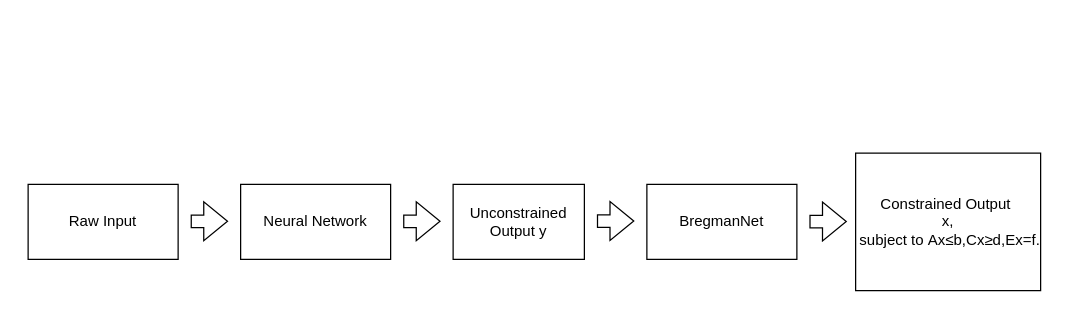
Earlier version of the draw.io diagram 未命名绘图.drawio (glimmer2004/2023IAI_Connect-4). Source tidied: cells renumbered, new cells numbered last; positions are measured from the earlier drawing's top-left corner, leaving out a move shared by most shapes. Both pictures are drawn from the tidied source at 125%, with x=0, y=0 at pixel (28, 152).
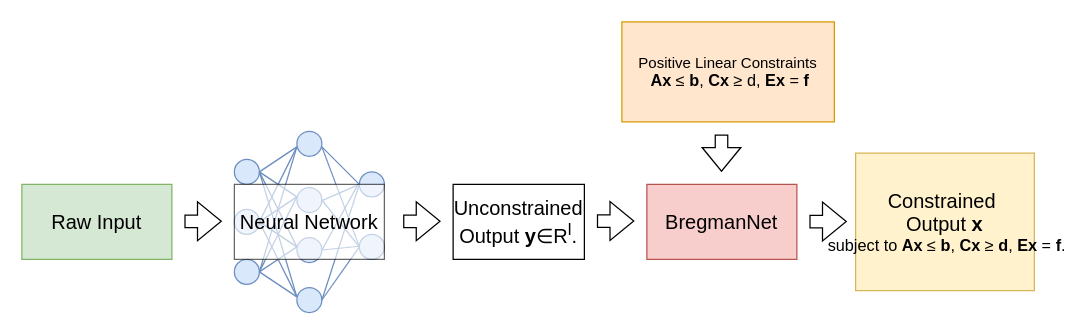
The same diagram, later.

The edit, as a diff of the source:
```diff
@@
-    <mxCell id="2" value="Raw Input" style="rounded=0;whiteSpace=wrap;html=1;" parent="1" vertex="1">
-      <mxGeometry y="25" width="120" height="60" as="geometry" />
+    <mxCell id="2" value="&lt;font style=&quot;font-size: 16px;&quot;&gt;Raw Input&lt;/font&gt;" style="rounded=0;whiteSpace=wrap;html=1;fillColor=#d5e8d4;strokeColor=#82b366;" parent="1" vertex="1">
+      <mxGeometry x="-5" y="25" width="120" height="60" as="geometry" />
     </mxCell>
     <mxCell id="3" style="shape=flexArrow;endArrow=classic;html=1;rounded=0;" parent="1" edge="1">
       <mxGeometry relative="1" as="geometry">
-        <mxPoint x="130" y="54.5" as="sourcePoint" />
-        <mxPoint x="160" y="54.5" as="targetPoint" />
+        <mxPoint x="125" y="54.5" as="sourcePoint" />
+        <mxPoint x="155" y="54.5" as="targetPoint" />
       </mxGeometry>
     </mxCell>
-    <mxCell id="4" value="Neural Network" style="rounded=0;whiteSpace=wrap;html=1;" parent="1" vertex="1">
-      <mxGeometry x="170" y="25" width="120" height="60" as="geometry" />
-    </mxCell>
@@
-    <mxCell id="7" value="Unconstrained Output y" style="rounded=0;whiteSpace=wrap;html=1;" parent="1" vertex="1">
+    <mxCell id="7" value="&lt;font style=&quot;font-size: 16px;&quot;&gt;Unconstrained Outpu&lt;/font&gt;&lt;font style=&quot;font-size: 16px;&quot;&gt;&lt;font style=&quot;font-size: 16px;&quot;&gt;t &lt;b&gt;y&lt;/b&gt;&lt;/font&gt;&lt;span class=&quot;base&quot;&gt;&lt;span class=&quot;mrel&quot;&gt;∈&lt;/span&gt;&lt;span class=&quot;mspace&quot;&gt;&lt;/span&gt;&lt;/span&gt;&lt;span class=&quot;base&quot;&gt;&lt;span class=&quot;strut&quot;&gt;&lt;/span&gt;&lt;span class=&quot;mord&quot;&gt;&lt;span class=&quot;mord mathbb&quot;&gt;R&lt;sup&gt;l&lt;/sup&gt;&lt;/span&gt;&lt;/span&gt;&lt;span class=&quot;mord&quot;&gt;.&lt;/span&gt;&lt;/span&gt;&lt;/font&gt;" style="rounded=0;whiteSpace=wrap;html=1;" parent="1" vertex="1">
       <mxGeometry x="340" y="25" width="105" height="60" as="geometry" />
     </mxCell>
-    <mxCell id="8" value="BregmanNet" style="rounded=0;whiteSpace=wrap;html=1;" parent="1" vertex="1">
+    <mxCell id="8" value="&lt;font style=&quot;font-size: 16px;&quot;&gt;BregmanNet&lt;/font&gt;" style="rounded=0;whiteSpace=wrap;html=1;fillColor=#f8cecc;strokeColor=#b85450;" parent="1" vertex="1">
       <mxGeometry x="495" y="25" width="120" height="60" as="geometry" />
     </mxCell>
@@
-    <mxCell id="10" value="&lt;span class=&quot;base&quot;&gt;&lt;span class=&quot;mord text&quot;&gt;&lt;span class=&quot;mord&quot;&gt;Constrained&amp;nbsp;Output&amp;nbsp;&lt;/span&gt;&lt;/span&gt;&lt;/span&gt;&lt;div&gt;&lt;span class=&quot;base&quot;&gt;&lt;span class=&quot;mpunct&quot;&gt;x,&lt;/span&gt;&lt;/span&gt;&lt;div&gt;&lt;span class=&quot;base&quot;&gt;&lt;span class=&quot;mspace&quot;&gt;&lt;/span&gt;&lt;span class=&quot;mord text&quot;&gt;&lt;span class=&quot;mord&quot;&gt;&amp;nbsp;subject&amp;nbsp;to&amp;nbsp;&lt;/span&gt;&lt;/span&gt;&lt;span class=&quot;mspace&quot;&gt;&lt;/span&gt;&lt;span class=&quot;mord&quot;&gt;&lt;span class=&quot;mtable&quot;&gt;&lt;span class=&quot;col-align-r&quot;&gt;&lt;span class=&quot;vlist-t vlist-t2&quot;&gt;&lt;span class=&quot;vlist-r&quot;&gt;&lt;span class=&quot;vlist&quot;&gt;&lt;span class=&quot;pstrut&quot;&gt;&lt;/span&gt;&lt;span class=&quot;mord&quot;&gt;&lt;/span&gt;&lt;span class=&quot;pstrut&quot;&gt;&lt;/span&gt;&lt;span class=&quot;mord&quot;&gt;&lt;/span&gt;&lt;span class=&quot;pstrut&quot;&gt;&lt;/span&gt;&lt;span class=&quot;mord&quot;&gt;&lt;/span&gt;&lt;/span&gt;&lt;span class=&quot;vlist-s&quot;&gt;&lt;/span&gt;&lt;/span&gt;&lt;span class=&quot;vlist-r&quot;&gt;&lt;span class=&quot;vlist&quot;&gt;&lt;/span&gt;&lt;/span&gt;&lt;/span&gt;&lt;/span&gt;&lt;span class=&quot;col-align-l&quot;&gt;&lt;span class=&quot;vlist-t vlist-t2&quot;&gt;&lt;span class=&quot;vlist-r&quot;&gt;&lt;span class=&quot;vlist&quot;&gt;&lt;span class=&quot;pstrut&quot;&gt;&lt;/span&gt;&lt;span class=&quot;mord&quot;&gt;&lt;span class=&quot;mord&quot;&gt;&lt;/span&gt;&lt;span class=&quot;mord mathnormal&quot;&gt;A&lt;/span&gt;&lt;span class=&quot;mord mathnormal&quot;&gt;x&lt;/span&gt;&lt;span class=&quot;mspace&quot;&gt;&lt;/span&gt;&lt;span class=&quot;mrel&quot;&gt;≤&lt;/span&gt;&lt;span class=&quot;mspace&quot;&gt;&lt;/span&gt;&lt;span class=&quot;mord mathnormal&quot;&gt;b&lt;/span&gt;&lt;span class=&quot;mpunct&quot;&gt;,&lt;/span&gt;&lt;/span&gt;&lt;span class=&quot;pstrut&quot;&gt;&lt;/span&gt;&lt;span class=&quot;mord&quot;&gt;&lt;span class=&quot;mord&quot;&gt;&lt;/span&gt;&lt;span class=&quot;mord mathnormal&quot;&gt;C&lt;/span&gt;&lt;span class=&quot;mord mathnormal&quot;&gt;x&lt;/span&gt;&lt;span class=&quot;mspace&quot;&gt;&lt;/span&gt;&lt;span class=&quot;mrel&quot;&gt;≥&lt;/span&gt;&lt;span class=&quot;mspace&quot;&gt;&lt;/span&gt;&lt;span class=&quot;mord mathnormal&quot;&gt;d&lt;/span&gt;&lt;span class=&quot;mpunct&quot;&gt;,&lt;/span&gt;&lt;/span&gt;&lt;span class=&quot;pstrut&quot;&gt;&lt;/span&gt;&lt;span class=&quot;mord&quot;&gt;&lt;span class=&quot;mord&quot;&gt;&lt;/span&gt;&lt;span class=&quot;mord mathnormal&quot;&gt;E&lt;/span&gt;&lt;span class=&quot;mord mathnormal&quot;&gt;x&lt;/span&gt;&lt;span class=&quot;mspace&quot;&gt;&lt;/span&gt;&lt;span class=&quot;mrel&quot;&gt;=&lt;/span&gt;&lt;span class=&quot;mspace&quot;&gt;&lt;/span&gt;&lt;span class=&quot;mord mathnormal&quot;&gt;f&lt;/span&gt;&lt;span class=&quot;mord&quot;&gt;.&lt;/span&gt;&lt;/span&gt;&lt;/span&gt;&lt;span class=&quot;vlist-s&quot;&gt;&lt;/span&gt;&lt;/span&gt;&lt;span class=&quot;vlist-r&quot;&gt;&lt;span class=&quot;vlist&quot;&gt;&lt;/span&gt;&lt;/span&gt;&lt;/span&gt;&lt;/span&gt;&lt;/span&gt;&lt;/span&gt;&lt;/span&gt;&lt;/div&gt;&lt;/div&gt;" style="rounded=0;whiteSpace=wrap;html=1;" parent="1" vertex="1">
-      <mxGeometry x="662" width="148" height="110" as="geometry" />
+    <mxCell id="10" value="&lt;span style=&quot;font-size: 16px;&quot; class=&quot;base&quot;&gt;&lt;span style=&quot;&quot; class=&quot;mord text&quot;&gt;&lt;span style=&quot;&quot; class=&quot;mord&quot;&gt;&lt;font style=&quot;font-size: 16px;&quot;&gt;Constrained&amp;nbsp;&lt;/font&gt;&lt;/span&gt;&lt;/span&gt;&lt;/span&gt;&lt;div style=&quot;font-size: 16px;&quot;&gt;&lt;font style=&quot;font-size: 16px;&quot;&gt;&lt;span style=&quot;&quot; class=&quot;base&quot;&gt;&lt;span class=&quot;mord text&quot;&gt;&lt;span class=&quot;mord&quot;&gt;Output&amp;nbsp;&lt;/span&gt;&lt;/span&gt;&lt;/span&gt;&lt;span style=&quot;background-color: initial;&quot;&gt;&lt;b&gt;x&lt;/b&gt;&lt;/span&gt;&lt;/font&gt;&lt;div style=&quot;font-size: 13px;&quot;&gt;&lt;div&gt;&lt;span class=&quot;base&quot;&gt;&lt;span class=&quot;mspace&quot;&gt;&lt;/span&gt;&lt;span class=&quot;mord text&quot;&gt;&lt;span class=&quot;mord&quot;&gt;&amp;nbsp;subject&amp;nbsp;to&amp;nbsp;&lt;/span&gt;&lt;/span&gt;&lt;span class=&quot;mspace&quot;&gt;&lt;/span&gt;&lt;span class=&quot;mord&quot;&gt;&lt;span class=&quot;mtable&quot;&gt;&lt;span class=&quot;col-align-r&quot;&gt;&lt;span class=&quot;vlist-t vlist-t2&quot;&gt;&lt;span class=&quot;vlist-r&quot;&gt;&lt;span class=&quot;vlist&quot;&gt;&lt;span class=&quot;pstrut&quot;&gt;&lt;/span&gt;&lt;span class=&quot;mord&quot;&gt;&lt;/span&gt;&lt;span class=&quot;pstrut&quot;&gt;&lt;/span&gt;&lt;span class=&quot;mord&quot;&gt;&lt;/span&gt;&lt;span class=&quot;pstrut&quot;&gt;&lt;/span&gt;&lt;span class=&quot;mord&quot;&gt;&lt;/span&gt;&lt;/span&gt;&lt;span class=&quot;vlist-s&quot;&gt;&lt;/span&gt;&lt;/span&gt;&lt;span class=&quot;vlist-r&quot;&gt;&lt;span class=&quot;vlist&quot;&gt;&lt;/span&gt;&lt;/span&gt;&lt;/span&gt;&lt;/span&gt;&lt;span class=&quot;col-align-l&quot;&gt;&lt;span class=&quot;vlist-t vlist-t2&quot;&gt;&lt;span class=&quot;vlist-r&quot;&gt;&lt;span class=&quot;vlist&quot;&gt;&lt;span class=&quot;pstrut&quot;&gt;&lt;/span&gt;&lt;span class=&quot;mord&quot;&gt;&lt;span class=&quot;mord&quot;&gt;&lt;/span&gt;&lt;span class=&quot;mord mathnormal&quot;&gt;&lt;b&gt;A&lt;/b&gt;&lt;/span&gt;&lt;span class=&quot;mord mathnormal&quot;&gt;&lt;b&gt;x&lt;/b&gt;&amp;nbsp;&lt;/span&gt;&lt;span class=&quot;mspace&quot;&gt;&lt;/span&gt;&lt;span class=&quot;mrel&quot;&gt;≤&amp;nbsp;&lt;/span&gt;&lt;span class=&quot;mspace&quot;&gt;&lt;/span&gt;&lt;span class=&quot;mord mathnormal&quot;&gt;&lt;b&gt;b&lt;/b&gt;&lt;/span&gt;&lt;span class=&quot;mpunct&quot;&gt;,&amp;nbsp;&lt;/span&gt;&lt;/span&gt;&lt;span class=&quot;pstrut&quot;&gt;&lt;/span&gt;&lt;span class=&quot;mord&quot;&gt;&lt;span class=&quot;mord&quot;&gt;&lt;/span&gt;&lt;span class=&quot;mord mathnormal&quot;&gt;&lt;b&gt;C&lt;/b&gt;&lt;/span&gt;&lt;span class=&quot;mord mathnormal&quot;&gt;&lt;b&gt;x&lt;/b&gt;&amp;nbsp;&lt;/span&gt;&lt;span class=&quot;mspace&quot;&gt;&lt;/span&gt;&lt;span class=&quot;mrel&quot;&gt;≥&amp;nbsp;&lt;/span&gt;&lt;span class=&quot;mspace&quot;&gt;&lt;/span&gt;&lt;span class=&quot;mord mathnormal&quot;&gt;&lt;b&gt;d&lt;/b&gt;&lt;/span&gt;&lt;span class=&quot;mpunct&quot;&gt;,&amp;nbsp;&lt;/span&gt;&lt;/span&gt;&lt;span class=&quot;pstrut&quot;&gt;&lt;/span&gt;&lt;span class=&quot;mord&quot;&gt;&lt;span class=&quot;mord&quot;&gt;&lt;/span&gt;&lt;span class=&quot;mord mathnormal&quot;&gt;&lt;b&gt;E&lt;/b&gt;&lt;/span&gt;&lt;span class=&quot;mord mathnormal&quot;&gt;&lt;b&gt;x&lt;/b&gt;&amp;nbsp;&lt;/span&gt;&lt;span class=&quot;mspace&quot;&gt;&lt;/span&gt;&lt;span class=&quot;mrel&quot;&gt;=&amp;nbsp;&lt;/span&gt;&lt;span class=&quot;mspace&quot;&gt;&lt;/span&gt;&lt;span class=&quot;mord mathnormal&quot;&gt;&lt;b&gt;f&lt;/b&gt;&lt;/span&gt;&lt;span class=&quot;mord&quot;&gt;.&lt;/span&gt;&lt;/span&gt;&lt;/span&gt;&lt;span class=&quot;vlist-s&quot;&gt;&lt;/span&gt;&lt;/span&gt;&lt;span class=&quot;vlist-r&quot;&gt;&lt;span class=&quot;vlist&quot;&gt;&lt;/span&gt;&lt;/span&gt;&lt;/span&gt;&lt;/span&gt;&lt;/span&gt;&lt;/span&gt;&lt;/span&gt;&lt;/div&gt;&lt;/div&gt;&lt;/div&gt;" style="rounded=0;whiteSpace=wrap;html=1;fillColor=#fff2cc;strokeColor=#d6b656;" parent="1" vertex="1">
+      <mxGeometry x="662" width="143" height="110" as="geometry" />
     </mxCell>
+    <mxCell id="11" style="shape=flexArrow;endArrow=classic;html=1;rounded=0;" parent="1" edge="1">
+      <mxGeometry relative="1" as="geometry">
+        <mxPoint x="554.7" y="-15" as="sourcePoint" />
+        <mxPoint x="554.7" y="15" as="targetPoint" />
+      </mxGeometry>
+    </mxCell>
+    <mxCell id="12" value="Positive Linear Constraints&lt;div&gt;&lt;div&gt;&lt;span style=&quot;background-color: initial; font-size: 13px;&quot; class=&quot;mord text&quot;&gt;&amp;nbsp;&lt;/span&gt;&lt;span style=&quot;background-color: initial; font-size: 13px;&quot; class=&quot;mord&quot;&gt;&lt;span class=&quot;mtable&quot;&gt;&lt;span class=&quot;col-align-r&quot;&gt;&lt;span class=&quot;vlist-t vlist-t2&quot;&gt;&lt;span class=&quot;vlist-r&quot;&gt;&lt;span class=&quot;vlist-s&quot;&gt;&lt;/span&gt;&lt;/span&gt;&lt;span class=&quot;vlist-r&quot;&gt;&lt;span class=&quot;vlist&quot;&gt;&lt;/span&gt;&lt;/span&gt;&lt;/span&gt;&lt;/span&gt;&lt;span class=&quot;col-align-l&quot;&gt;&lt;span class=&quot;vlist-t vlist-t2&quot;&gt;&lt;span class=&quot;vlist-r&quot;&gt;&lt;span class=&quot;vlist&quot;&gt;&lt;span class=&quot;pstrut&quot;&gt;&lt;/span&gt;&lt;span class=&quot;mord&quot;&gt;&lt;span class=&quot;mord&quot;&gt;&lt;/span&gt;&lt;span class=&quot;mord mathnormal&quot;&gt;&lt;b&gt;A&lt;/b&gt;&lt;/span&gt;&lt;span class=&quot;mord mathnormal&quot;&gt;&lt;b&gt;x&lt;/b&gt;&amp;nbsp;&lt;/span&gt;&lt;span class=&quot;mspace&quot;&gt;&lt;/span&gt;&lt;span class=&quot;mrel&quot;&gt;≤&amp;nbsp;&lt;/span&gt;&lt;span class=&quot;mspace&quot;&gt;&lt;/span&gt;&lt;span class=&quot;mord mathnormal&quot;&gt;&lt;b&gt;b&lt;/b&gt;&lt;/span&gt;&lt;span class=&quot;mpunct&quot;&gt;,&amp;nbsp;&lt;/span&gt;&lt;/span&gt;&lt;span class=&quot;pstrut&quot;&gt;&lt;/span&gt;&lt;span class=&quot;mord&quot;&gt;&lt;span class=&quot;mord&quot;&gt;&lt;/span&gt;&lt;span class=&quot;mord mathnormal&quot;&gt;&lt;b&gt;C&lt;/b&gt;&lt;/span&gt;&lt;span class=&quot;mord mathnormal&quot;&gt;&lt;b&gt;x&lt;/b&gt;&amp;nbsp;&lt;/span&gt;&lt;span class=&quot;mspace&quot;&gt;&lt;/span&gt;&lt;span class=&quot;mrel&quot;&gt;≥&amp;nbsp;&lt;/span&gt;&lt;span class=&quot;mspace&quot;&gt;&lt;/span&gt;&lt;span class=&quot;mord mathnormal&quot;&gt;d&lt;/span&gt;&lt;span class=&quot;mpunct&quot;&gt;,&amp;nbsp;&lt;/span&gt;&lt;/span&gt;&lt;span class=&quot;pstrut&quot;&gt;&lt;/span&gt;&lt;span class=&quot;mord&quot;&gt;&lt;span class=&quot;mord&quot;&gt;&lt;/span&gt;&lt;span class=&quot;mord mathnormal&quot;&gt;&lt;b&gt;E&lt;/b&gt;&lt;/span&gt;&lt;span class=&quot;mord mathnormal&quot;&gt;&lt;b&gt;x&lt;/b&gt;&amp;nbsp;&lt;/span&gt;&lt;span class=&quot;mspace&quot;&gt;&lt;/span&gt;&lt;span class=&quot;mrel&quot;&gt;=&amp;nbsp;&lt;/span&gt;&lt;span class=&quot;mspace&quot;&gt;&lt;/span&gt;&lt;span class=&quot;mord mathnormal&quot;&gt;&lt;b&gt;f&lt;/b&gt;&lt;/span&gt;&lt;/span&gt;&lt;/span&gt;&lt;span class=&quot;vlist-s&quot;&gt;&lt;/span&gt;&lt;/span&gt;&lt;/span&gt;&lt;/span&gt;&lt;/span&gt;&lt;/span&gt;&lt;br&gt;&lt;/div&gt;&lt;/div&gt;" style="rounded=0;whiteSpace=wrap;html=1;fillColor=#ffe6cc;strokeColor=#d79b00;" parent="1" vertex="1">
+      <mxGeometry x="475" y="-105" width="170" height="80" as="geometry" />
+    </mxCell>
+    <mxCell id="13" style="ellipse;whiteSpace=wrap;html=1;fillColor=#dae8fc;strokeColor=#6c8ebf;" parent="1" vertex="1">
+      <mxGeometry x="165" y="5" width="20" height="20" as="geometry" />
+    </mxCell>
+    <mxCell id="14" style="ellipse;whiteSpace=wrap;html=1;fillColor=#dae8fc;strokeColor=#6c8ebf;" parent="1" vertex="1">
+      <mxGeometry x="165" y="45" width="20" height="20" as="geometry" />
+    </mxCell>
+    <mxCell id="15" style="ellipse;whiteSpace=wrap;html=1;fillColor=#dae8fc;strokeColor=#6c8ebf;" parent="1" vertex="1">
+      <mxGeometry x="215" y="107.5" width="20" height="20" as="geometry" />
+    </mxCell>
+    <mxCell id="16" style="ellipse;whiteSpace=wrap;html=1;fillColor=#dae8fc;strokeColor=#6c8ebf;" parent="1" vertex="1">
+      <mxGeometry x="215" y="67.5" width="20" height="20" as="geometry" />
+    </mxCell>
+    <mxCell id="17" style="ellipse;whiteSpace=wrap;html=1;fillColor=#dae8fc;strokeColor=#6c8ebf;" parent="1" vertex="1">
+      <mxGeometry x="215" y="27.5" width="20" height="20" as="geometry" />
+    </mxCell>
+    <mxCell id="18" style="ellipse;whiteSpace=wrap;html=1;fillColor=#dae8fc;strokeColor=#6c8ebf;" parent="1" vertex="1">
+      <mxGeometry x="215" y="-17.5" width="20" height="20" as="geometry" />
+    </mxCell>
+    <mxCell id="19" style="ellipse;whiteSpace=wrap;html=1;fillColor=#dae8fc;strokeColor=#6c8ebf;" parent="1" vertex="1">
+      <mxGeometry x="265" y="65" width="20" height="20" as="geometry" />
+    </mxCell>
+    <mxCell id="20" style="ellipse;whiteSpace=wrap;html=1;fillColor=#dae8fc;strokeColor=#6c8ebf;" parent="1" vertex="1">
+      <mxGeometry x="265" y="15" width="20" height="20" as="geometry" />
+    </mxCell>
+    <mxCell id="21" style="ellipse;whiteSpace=wrap;html=1;fillColor=#dae8fc;strokeColor=#6c8ebf;" parent="1" vertex="1">
+      <mxGeometry x="165" y="85" width="20" height="20" as="geometry" />
+    </mxCell>
+    <mxCell id="22" style="endArrow=none;html=1;rounded=0;fillColor=#dae8fc;strokeColor=#6c8ebf;" parent="1" edge="1">
+      <mxGeometry relative="1" as="geometry">
+        <mxPoint x="185" y="55" as="sourcePoint" />
+        <mxPoint x="215" y="-5" as="targetPoint" />
+      </mxGeometry>
+    </mxCell>
+    <mxCell id="23" style="endArrow=none;html=1;rounded=0;exitX=0;exitY=0.5;exitDx=0;exitDy=0;fillColor=#dae8fc;strokeColor=#6c8ebf;" parent="1" edge="1" source="19">
+      <mxGeometry relative="1" as="geometry">
+        <mxPoint x="235" y="-5" as="targetPoint" />
+      </mxGeometry>
+    </mxCell>
+    <mxCell id="24" style="endArrow=none;html=1;rounded=0;fillColor=#dae8fc;strokeColor=#6c8ebf;" parent="1" edge="1">
+      <mxGeometry relative="1" as="geometry">
+        <mxPoint x="185" y="15" as="sourcePoint" />
+        <mxPoint x="215" y="-5" as="targetPoint" />
+      </mxGeometry>
+    </mxCell>
+    <mxCell id="25" style="endArrow=none;html=1;rounded=0;fillColor=#dae8fc;strokeColor=#6c8ebf;" parent="1" edge="1">
+      <mxGeometry relative="1" as="geometry">
+        <mxPoint x="185" y="55" as="sourcePoint" />
+        <mxPoint x="215" y="35" as="targetPoint" />
+      </mxGeometry>
+    </mxCell>
+    <mxCell id="26" style="endArrow=none;html=1;rounded=0;entryX=0;entryY=0.5;entryDx=0;entryDy=0;fillColor=#dae8fc;strokeColor=#6c8ebf;" parent="1" edge="1">
+      <mxGeometry relative="1" as="geometry">
+        <mxPoint x="185" y="95" as="sourcePoint" />
+        <mxPoint x="215" y="75" as="targetPoint" />
+      </mxGeometry>
+    </mxCell>
+    <mxCell id="27" style="endArrow=none;html=1;rounded=0;fillColor=#dae8fc;strokeColor=#6c8ebf;" parent="1" edge="1">
+      <mxGeometry relative="1" as="geometry">
+        <mxPoint x="185" y="15" as="sourcePoint" />
+        <mxPoint x="215" y="35" as="targetPoint" />
+      </mxGeometry>
+    </mxCell>
+    <mxCell id="28" style="endArrow=none;html=1;rounded=0;fillColor=#dae8fc;strokeColor=#6c8ebf;" parent="1" edge="1">
+      <mxGeometry relative="1" as="geometry">
+        <mxPoint x="185" y="55" as="sourcePoint" />
+        <mxPoint x="215" y="75" as="targetPoint" />
+      </mxGeometry>
+    </mxCell>
+    <mxCell id="29" style="endArrow=none;html=1;rounded=0;fillColor=#dae8fc;strokeColor=#6c8ebf;" parent="1" edge="1">
+      <mxGeometry relative="1" as="geometry">
+        <mxPoint x="185" y="95" as="sourcePoint" />
+        <mxPoint x="215" y="115" as="targetPoint" />
+      </mxGeometry>
+    </mxCell>
+    <mxCell id="30" style="endArrow=none;html=1;rounded=0;entryX=0;entryY=0.5;entryDx=0;entryDy=0;fillColor=#dae8fc;strokeColor=#6c8ebf;" parent="1" edge="1" target="20">
+      <mxGeometry relative="1" as="geometry">
+        <mxPoint x="235" y="-5" as="sourcePoint" />
+      </mxGeometry>
+    </mxCell>
+    <mxCell id="31" style="endArrow=none;html=1;rounded=0;entryX=0;entryY=0.5;entryDx=0;entryDy=0;exitX=1;exitY=0.5;exitDx=0;exitDy=0;fillColor=#dae8fc;strokeColor=#6c8ebf;" parent="1" edge="1" source="17" target="19">
+      <mxGeometry relative="1" as="geometry" />
+    </mxCell>
+    <mxCell id="32" style="endArrow=none;html=1;rounded=0;fillColor=#dae8fc;strokeColor=#6c8ebf;" parent="1" edge="1">
+      <mxGeometry relative="1" as="geometry">
+        <mxPoint x="235" y="38" as="sourcePoint" />
+        <mxPoint x="265" y="25" as="targetPoint" />
+      </mxGeometry>
+    </mxCell>
+    <mxCell id="33" style="endArrow=none;html=1;rounded=0;exitX=1;exitY=0.5;exitDx=0;exitDy=0;fillColor=#dae8fc;strokeColor=#6c8ebf;" parent="1" edge="1" source="16">
+      <mxGeometry relative="1" as="geometry">
+        <mxPoint x="265" y="74.5" as="targetPoint" />
+      </mxGeometry>
+    </mxCell>
+    <mxCell id="34" style="endArrow=none;html=1;rounded=0;exitX=1;exitY=0.5;exitDx=0;exitDy=0;fillColor=#dae8fc;strokeColor=#6c8ebf;" parent="1" edge="1" source="15">
+      <mxGeometry relative="1" as="geometry">
+        <mxPoint x="265" y="75" as="targetPoint" />
+      </mxGeometry>
+    </mxCell>
+    <mxCell id="35" style="endArrow=none;html=1;rounded=0;exitX=1;exitY=0.5;exitDx=0;exitDy=0;fillColor=#dae8fc;strokeColor=#6c8ebf;" parent="1" edge="1" source="16">
+      <mxGeometry relative="1" as="geometry">
+        <mxPoint x="264" y="25" as="targetPoint" />
+      </mxGeometry>
+    </mxCell>
+    <mxCell id="36" style="endArrow=none;html=1;rounded=0;exitX=1;exitY=0.5;exitDx=0;exitDy=0;fillColor=#dae8fc;strokeColor=#6c8ebf;" parent="1" edge="1" source="15">
+      <mxGeometry relative="1" as="geometry">
+        <mxPoint x="265" y="25" as="targetPoint" />
+      </mxGeometry>
+    </mxCell>
+    <mxCell id="37" style="endArrow=none;html=1;rounded=0;fillColor=#dae8fc;strokeColor=#6c8ebf;" parent="1" edge="1">
+      <mxGeometry relative="1" as="geometry">
+        <mxPoint x="185" y="95" as="sourcePoint" />
+        <mxPoint x="215" y="35" as="targetPoint" />
+      </mxGeometry>
+    </mxCell>
+    <mxCell id="38" style="endArrow=none;html=1;rounded=0;fillColor=#dae8fc;strokeColor=#6c8ebf;" parent="1" edge="1">
+      <mxGeometry relative="1" as="geometry">
+        <mxPoint x="215" y="115" as="sourcePoint" />
+        <mxPoint x="185" y="55" as="targetPoint" />
+      </mxGeometry>
+    </mxCell>
+    <mxCell id="39" style="endArrow=none;html=1;rounded=0;fillColor=#dae8fc;strokeColor=#6c8ebf;" parent="1" edge="1">
+      <mxGeometry relative="1" as="geometry">
+        <mxPoint x="215" y="115" as="sourcePoint" />
+        <mxPoint x="185" y="15" as="targetPoint" />
+      </mxGeometry>
+    </mxCell>
+    <mxCell id="40" style="endArrow=none;html=1;rounded=0;fillColor=#dae8fc;strokeColor=#6c8ebf;" parent="1" edge="1">
+      <mxGeometry relative="1" as="geometry">
+        <mxPoint x="185" y="95" as="sourcePoint" />
+        <mxPoint x="215" y="-5" as="targetPoint" />
+      </mxGeometry>
+    </mxCell>
+    <mxCell id="41" style="endArrow=none;html=1;rounded=0;fillColor=#dae8fc;strokeColor=#6c8ebf;" parent="1" edge="1">
+      <mxGeometry relative="1" as="geometry">
+        <mxPoint x="215" y="75" as="sourcePoint" />
+        <mxPoint x="185" y="15" as="targetPoint" />
+      </mxGeometry>
+    </mxCell>
+    <mxCell id="4" value="&lt;font style=&quot;font-size: 16px;&quot;&gt;Neural Network&lt;/font&gt;" style="rounded=0;whiteSpace=wrap;html=1;opacity=60;" parent="1" vertex="1">
+      <mxGeometry x="165" y="25" width="120" height="60" as="geometry" />
+    </mxCell>
```
